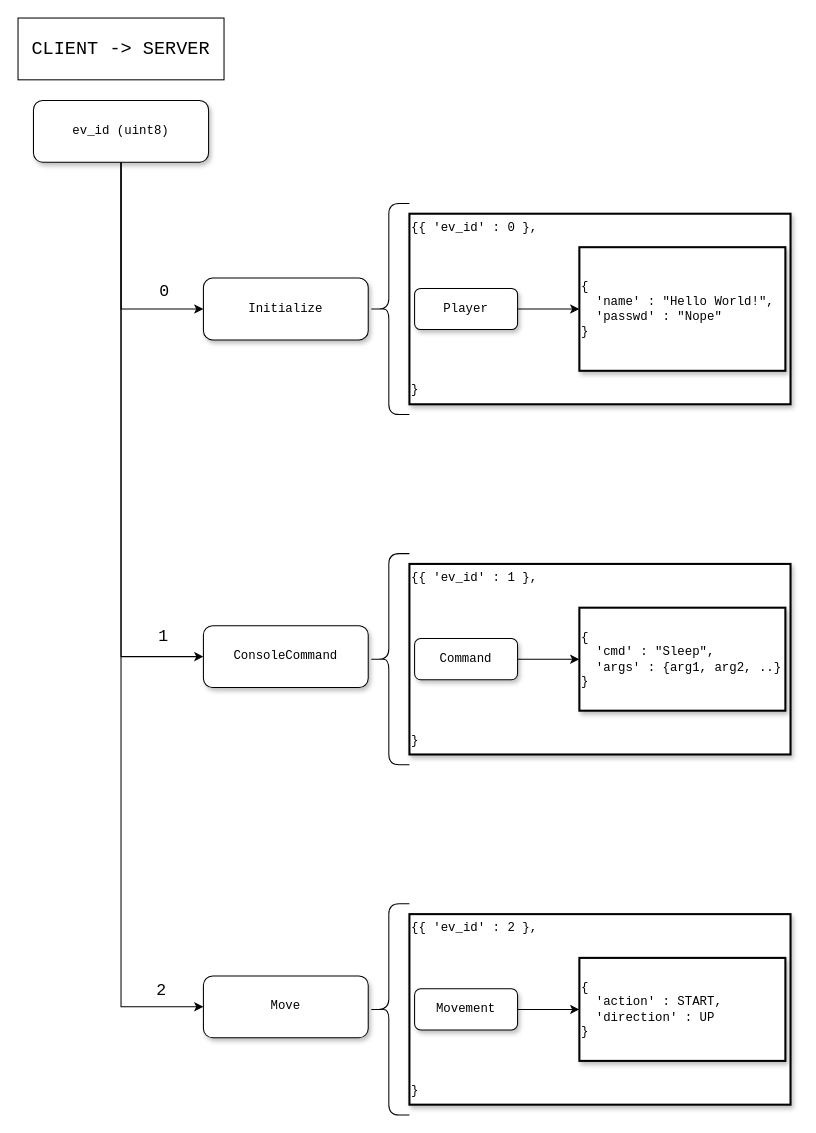
This is page "Client -> Server json" (2 of 3) of informe/msgs client server.drawio from nicomatex/taller_argentum, a draw.io file, before an edit. Source tidied: cells renumbered, new cells numbered last; positions are measured from the earlier drawing's top-left corner, leaving out a move shared by most shapes. Both pictures are drawn from the tidied source at 103%, with x=0, y=0 at pixel (18, 18).
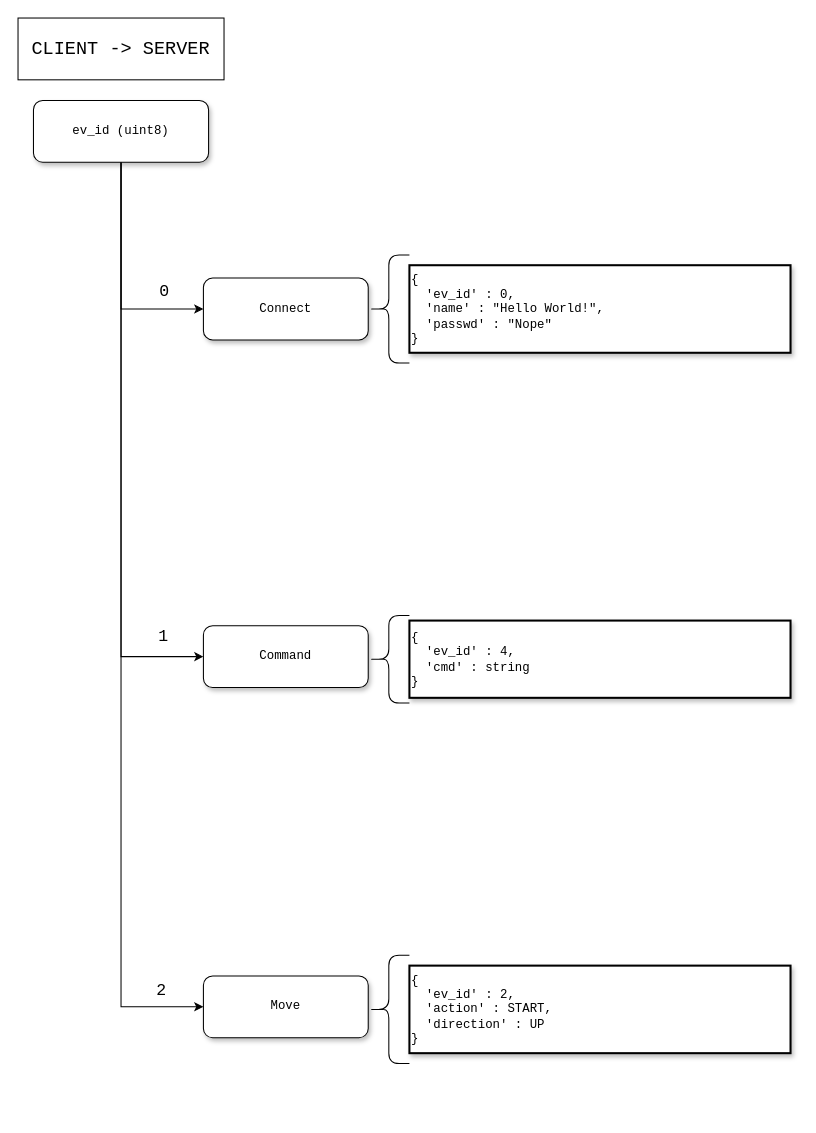
The same diagram, later.

What changed in the source:
```diff
@@
-    <mxCell id="2" value="{{ 'ev_id' : 1 },&lt;br&gt;&lt;br&gt;&lt;br&gt;&lt;br&gt;&lt;br&gt;&lt;br&gt;&lt;br&gt;&lt;br&gt;&lt;br&gt;&lt;br&gt;&lt;br&gt;}" style="whiteSpace=wrap;html=1;rounded=0;shadow=1;labelBackgroundColor=none;strokeWidth=2;fontFamily=Courier New;fontSize=12;align=left;" parent="1" vertex="1">
-      <mxGeometry x="380" y="530" width="370" height="185" as="geometry" />
+    <mxCell id="2" value="{ &lt;br&gt;&amp;nbsp; 'ev_id' : 4,&lt;br&gt;&amp;nbsp; 'cmd' : string&lt;br&gt;}" style="whiteSpace=wrap;html=1;rounded=0;shadow=1;labelBackgroundColor=none;strokeWidth=2;fontFamily=Courier New;fontSize=12;align=left;" parent="1" vertex="1">
+      <mxGeometry x="380" y="585" width="370" height="75" as="geometry" />
     </mxCell>
-    <mxCell id="3" value="{{ 'ev_id' : 0 },&lt;br&gt;&lt;br&gt;&lt;br&gt;&lt;br&gt;&lt;br&gt;&lt;br&gt;&lt;br&gt;&lt;br&gt;&lt;br&gt;&lt;br&gt;&lt;br&gt;}" style="whiteSpace=wrap;html=1;rounded=0;shadow=1;labelBackgroundColor=none;strokeWidth=2;fontFamily=Courier New;fontSize=12;align=left;" parent="1" vertex="1">
-      <mxGeometry x="380" y="190" width="370" height="185" as="geometry" />
+    <mxCell id="3" value="{ &lt;br&gt;&amp;nbsp; 'ev_id' : 0,&lt;br&gt;&amp;nbsp; 'name' : &quot;Hello World!&quot;,&lt;br&gt;&amp;nbsp; 'passwd' : &quot;Nope&quot;&lt;br&gt;}" style="whiteSpace=wrap;html=1;rounded=0;shadow=1;labelBackgroundColor=none;strokeWidth=2;fontFamily=Courier New;fontSize=12;align=left;" parent="1" vertex="1">
+      <mxGeometry x="380" y="240" width="370" height="85" as="geometry" />
     </mxCell>
@@
-    <mxCell id="9" value="&lt;span&gt;Initialize&lt;/span&gt;" style="whiteSpace=wrap;html=1;rounded=1;shadow=1;labelBackgroundColor=none;strokeWidth=1;fontFamily=Courier New;fontSize=12;align=center;" parent="1" vertex="1">
+    <mxCell id="9" value="&lt;span&gt;Connect&lt;/span&gt;" style="whiteSpace=wrap;html=1;rounded=1;shadow=1;labelBackgroundColor=none;strokeWidth=1;fontFamily=Courier New;fontSize=12;align=center;" parent="1" vertex="1">
       <mxGeometry x="180" y="252.5" width="160" height="60" as="geometry" />
     </mxCell>
-    <mxCell id="10" value="ConsoleCommand" style="whiteSpace=wrap;html=1;rounded=1;shadow=1;labelBackgroundColor=none;strokeWidth=1;fontFamily=Courier New;fontSize=12;align=center;" parent="1" vertex="1">
+    <mxCell id="10" value="Command" style="whiteSpace=wrap;html=1;rounded=1;shadow=1;labelBackgroundColor=none;strokeWidth=1;fontFamily=Courier New;fontSize=12;align=center;" parent="1" vertex="1">
       <mxGeometry x="180" y="590" width="160" height="60" as="geometry" />
     </mxCell>
     <mxCell id="11" style="shape=curlyBracket;whiteSpace=wrap;html=1;rounded=1;fontFamily=Courier New;fontSize=16;rotation=0;" parent="1" vertex="1">
-      <mxGeometry x="340" y="180" width="40" height="205" as="geometry" />
+      <mxGeometry x="340" y="230" width="40" height="105" as="geometry" />
     </mxCell>
-    <mxCell id="12" style="edgeStyle=orthogonalEdgeStyle;rounded=0;jettySize=auto;html=1;exitX=1;exitY=0.5;exitDx=0;exitDy=0;entryX=0;entryY=0.5;entryDx=0;entryDy=0;fontFamily=Courier New;fontSize=16;" parent="1" edge="1" source="13" target="14">
-      <mxGeometry relative="1" as="geometry" />
-    </mxCell>
-    <mxCell id="13" value="Player" style="whiteSpace=wrap;html=1;rounded=1;shadow=1;labelBackgroundColor=none;strokeWidth=1;fontFamily=Courier New;fontSize=12;align=center;" parent="1" vertex="1">
-      <mxGeometry x="385" y="262.5" width="100" height="40" as="geometry" />
-    </mxCell>
-    <mxCell id="14" value="{&lt;br&gt;&amp;nbsp; 'name' : &quot;Hello World!&quot;,&lt;br&gt;&amp;nbsp; 'passwd' : &quot;Nope&quot;&lt;br&gt;}" style="whiteSpace=wrap;html=1;rounded=0;shadow=1;labelBackgroundColor=none;strokeWidth=2;fontFamily=Courier New;fontSize=12;align=left;" parent="1" vertex="1">
-      <mxGeometry x="545" y="222.5" width="200" height="120" as="geometry" />
-    </mxCell>
@@
     <mxCell id="16" style="shape=curlyBracket;whiteSpace=wrap;html=1;rounded=1;fontFamily=Courier New;fontSize=16;rotation=0;" parent="1" vertex="1">
-      <mxGeometry x="340" y="520" width="40" height="205" as="geometry" />
+      <mxGeometry x="340" y="580" width="40" height="85" as="geometry" />
     </mxCell>
-    <mxCell id="17" style="edgeStyle=orthogonalEdgeStyle;rounded=0;jettySize=auto;html=1;exitX=1;exitY=0.5;exitDx=0;exitDy=0;entryX=0;entryY=0.5;entryDx=0;entryDy=0;fontFamily=Courier New;fontSize=16;" parent="1" edge="1" source="18" target="19">
-      <mxGeometry relative="1" as="geometry" />
+    <mxCell id="17" style="edgeStyle=orthogonalEdgeStyle;rounded=0;orthogonalLoop=1;jettySize=auto;html=1;exitX=1;exitY=0.5;exitDx=0;exitDy=0;entryX=0;entryY=0.5;entryDx=0;entryDy=0;fontFamily=Courier New;fontSize=16;" parent="1" edge="1">
+      <mxGeometry relative="1" as="geometry">
+        <mxPoint x="545" y="622.5" as="targetPoint" />
+      </mxGeometry>
     </mxCell>
-    <mxCell id="18" value="Command" style="whiteSpace=wrap;html=1;rounded=1;shadow=1;labelBackgroundColor=none;strokeWidth=1;fontFamily=Courier New;fontSize=12;align=center;" parent="1" vertex="1">
-      <mxGeometry x="385" y="602.5" width="100" height="40" as="geometry" />
-    </mxCell>
-    <mxCell id="19" value="{&lt;br&gt;&amp;nbsp; 'cmd' : &quot;Sleep&quot;,&lt;br&gt;&amp;nbsp; 'args' : {arg1, arg2, ..}&lt;br&gt;}" style="whiteSpace=wrap;html=1;rounded=0;shadow=1;labelBackgroundColor=none;strokeWidth=2;fontFamily=Courier New;fontSize=12;align=left;" parent="1" vertex="1">
-      <mxGeometry x="545" y="572.5" width="200" height="100" as="geometry" />
-    </mxCell>
-    <mxCell id="20" value="{{ 'ev_id' : 2 },&lt;br&gt;&lt;br&gt;&lt;br&gt;&lt;br&gt;&lt;br&gt;&lt;br&gt;&lt;br&gt;&lt;br&gt;&lt;br&gt;&lt;br&gt;&lt;br&gt;}" style="whiteSpace=wrap;html=1;rounded=0;shadow=1;labelBackgroundColor=none;strokeWidth=2;fontFamily=Courier New;fontSize=12;align=left;" parent="1" vertex="1">
-      <mxGeometry x="380" y="870" width="370" height="185" as="geometry" />
+    <mxCell id="20" value="{ &lt;br&gt;&amp;nbsp; 'ev_id' : 2,&lt;br&gt;&amp;nbsp; 'action' : START,&lt;br&gt;&amp;nbsp; 'direction' : UP&lt;br&gt;}" style="whiteSpace=wrap;html=1;rounded=0;shadow=1;labelBackgroundColor=none;strokeWidth=2;fontFamily=Courier New;fontSize=12;align=left;" parent="1" vertex="1">
+      <mxGeometry x="380" y="920" width="370" height="85" as="geometry" />
     </mxCell>
@@
     <mxCell id="23" style="shape=curlyBracket;whiteSpace=wrap;html=1;rounded=1;fontFamily=Courier New;fontSize=16;rotation=0;" parent="1" vertex="1">
-      <mxGeometry x="340" y="860" width="40" height="205" as="geometry" />
+      <mxGeometry x="340" y="910" width="40" height="105" as="geometry" />
     </mxCell>
-    <mxCell id="24" style="edgeStyle=orthogonalEdgeStyle;rounded=0;jettySize=auto;html=1;exitX=1;exitY=0.5;exitDx=0;exitDy=0;entryX=0;entryY=0.5;entryDx=0;entryDy=0;fontFamily=Courier New;fontSize=16;" parent="1" edge="1" source="25" target="26">
-      <mxGeometry relative="1" as="geometry" />
+    <mxCell id="24" style="edgeStyle=orthogonalEdgeStyle;rounded=0;orthogonalLoop=1;jettySize=auto;html=1;exitX=1;exitY=0.5;exitDx=0;exitDy=0;entryX=0;entryY=0.5;entryDx=0;entryDy=0;fontFamily=Courier New;fontSize=16;" parent="1" edge="1">
+      <mxGeometry relative="1" as="geometry">
+        <mxPoint x="545" y="962.5" as="targetPoint" />
+      </mxGeometry>
     </mxCell>
-    <mxCell id="25" value="Movement" style="whiteSpace=wrap;html=1;rounded=1;shadow=1;labelBackgroundColor=none;strokeWidth=1;fontFamily=Courier New;fontSize=12;align=center;" parent="1" vertex="1">
-      <mxGeometry x="385" y="942.5" width="100" height="40" as="geometry" />
-    </mxCell>
-    <mxCell id="26" value="{&lt;br&gt;&amp;nbsp; 'action' : START,&lt;br&gt;&amp;nbsp; 'direction' : UP&lt;br&gt;}" style="whiteSpace=wrap;html=1;rounded=0;shadow=1;labelBackgroundColor=none;strokeWidth=2;fontFamily=Courier New;fontSize=12;align=left;" parent="1" vertex="1">
-      <mxGeometry x="545" y="912.5" width="200" height="100" as="geometry" />
-    </mxCell>
```
